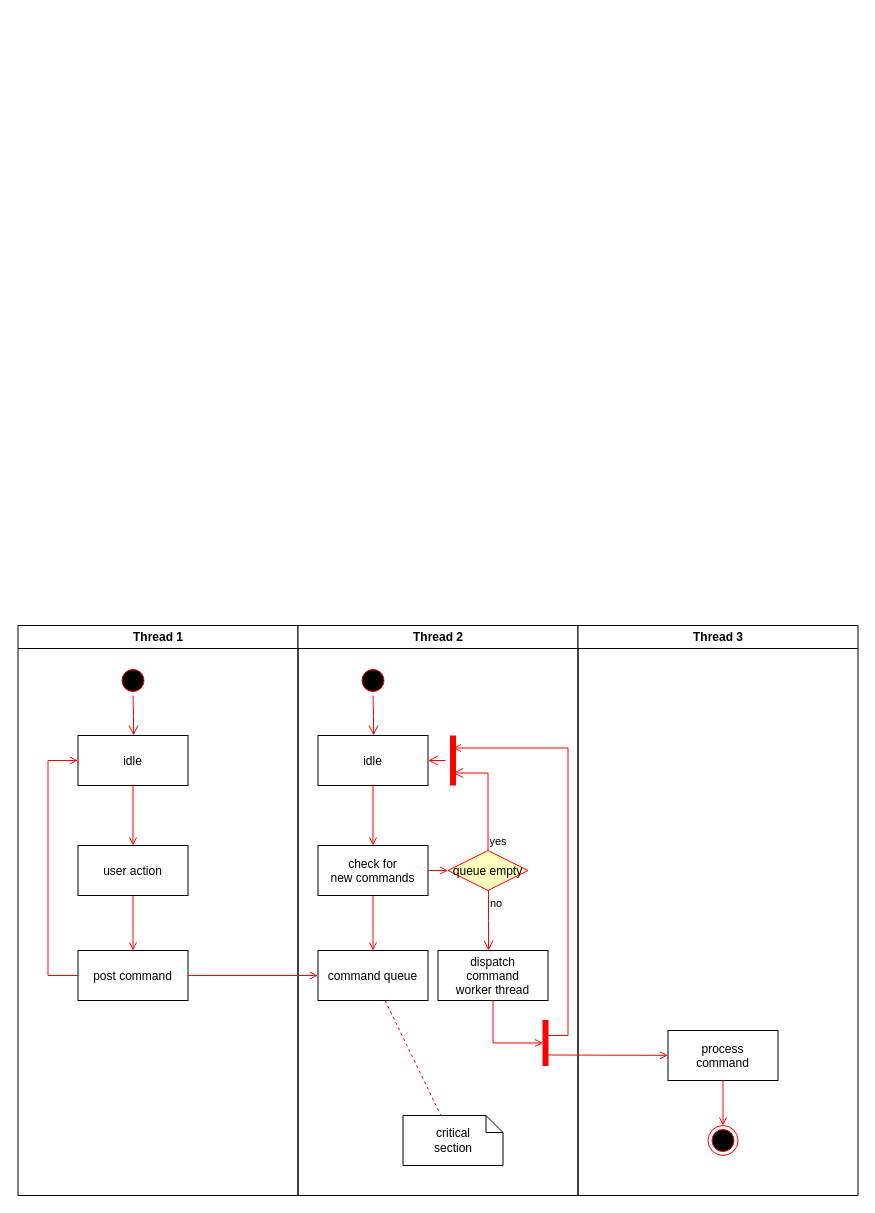
Before: img/schimatos-package-structure.drawio in jeswr/schimatos-project, a draw.io diagram. Source tidied: cells renumbered, new cells numbered last; positions are measured from the earlier drawing's top-left corner, leaving out a move shared by most shapes. Both pictures are drawn from the tidied source at 100%, with x=0, y=0 at pixel (17, 625).
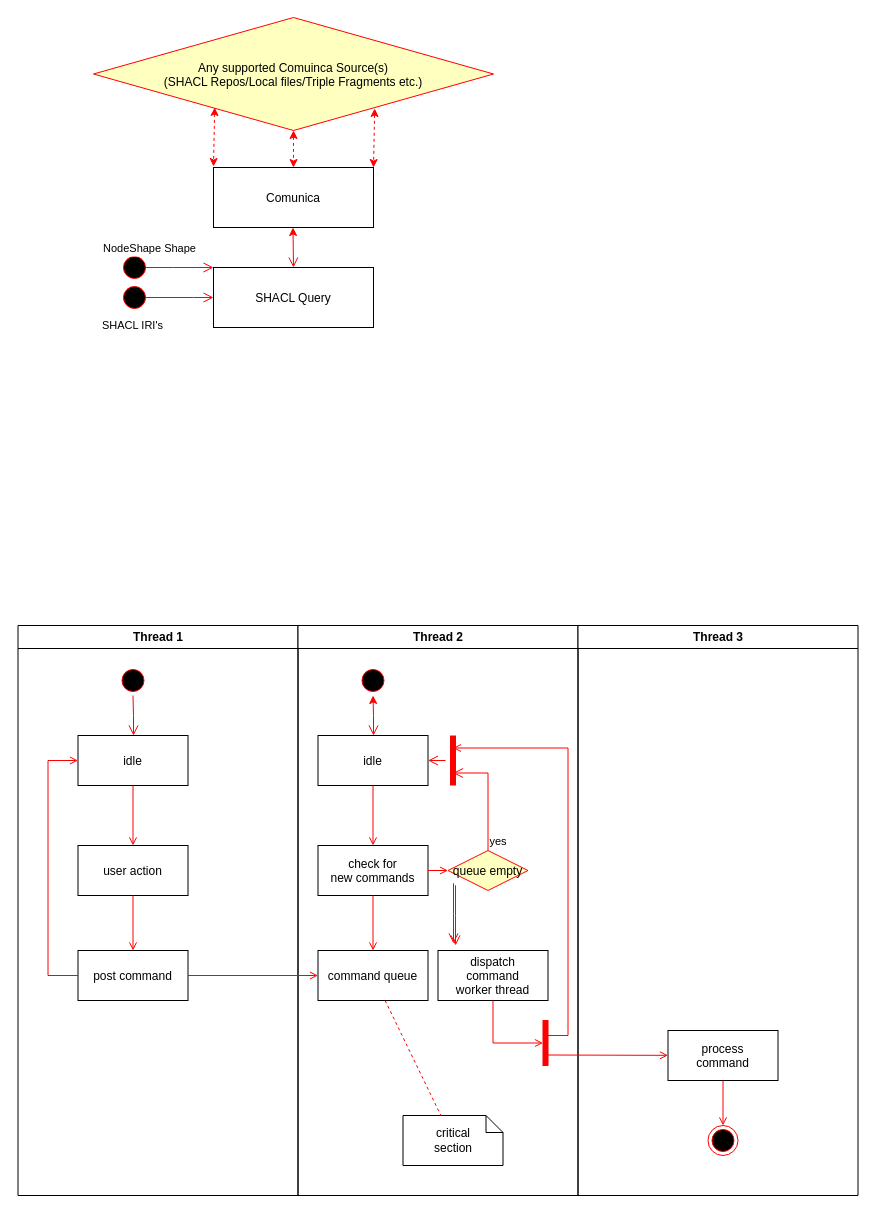
The same page after the edit.

Commit message (it also covers changes not shown here):
WIP: Architecture Diagram

The change refers to these unchanged cells:
```xml
<mxCell id="11" value="Thread 2" style="swimlane;whiteSpace=wrap;" parent="1" vertex="1">
  <mxGeometry x="280.5" width="280" height="570" as="geometry" />
</mxCell>
<mxCell id="12" style="ellipse;shape=startState;fillColor=#000000;strokeColor=#ff0000;" parent="11" vertex="1">
  <mxGeometry x="60" y="40" width="30" height="30" as="geometry" />
</mxCell>
<mxCell id="14" value="idle" parent="11" vertex="1">
  <mxGeometry x="20" y="110" width="110" height="50" as="geometry" />
</mxCell>
<mxCell id="19" value="queue empty" style="rhombus;fillColor=#ffffc0;strokeColor=#ff0000;" parent="11" vertex="1">
  <mxGeometry x="150" y="225" width="80" height="40" as="geometry" />
</mxCell>
<mxCell id="25" value="dispatch&#10;command&#10;worker thread" parent="11" vertex="1">
  <mxGeometry x="140" y="325" width="110" height="50" as="geometry" />
</mxCell>
```

The edit, as a diff of the source:
```diff
@@
-    <mxCell id="13" style="edgeStyle=elbowEdgeStyle;elbow=horizontal;verticalAlign=bottom;endArrow=open;endSize=8;strokeColor=#FF0000;endFill=1;rounded=0;" parent="11" edge="1" source="12" target="14">
+    <mxCell id="13" style="edgeStyle=elbowEdgeStyle;elbow=horizontal;verticalAlign=bottom;endArrow=open;endSize=8;strokeColor=#FF0000;endFill=1;rounded=0;startArrow=classic;startFill=1;" parent="11" edge="1" source="12" target="14">
       <mxGeometry x="40" y="20" as="geometry" />
     </mxCell>
@@
-    <mxCell id="21" value="no" style="edgeStyle=elbowEdgeStyle;elbow=horizontal;align=left;verticalAlign=top;endArrow=open;endSize=8;strokeColor=#FF0000;endFill=1;rounded=0;" parent="11" edge="1" source="19" target="25">
-      <mxGeometry x="-1" relative="1" as="geometry" />
+    <mxCell id="21" value="SHACL IRI's" style="edgeStyle=elbowEdgeStyle;elbow=horizontal;align=left;verticalAlign=top;endArrow=open;endSize=8;strokeColor=#FF0000;endFill=1;rounded=0;" parent="11" edge="1">
+      <mxGeometry x="-1" y="-674" relative="1" as="geometry">
+        <mxPoint x="157.5" y="259.8" as="sourcePoint" />
+        <mxPoint x="157.5" y="320" as="targetPoint" />
+        <mxPoint x="319" y="-573" as="offset" />
+      </mxGeometry>
     </mxCell>
@@
+    <mxCell id="37" value="SHACL Query" parent="1" vertex="1">
+      <mxGeometry x="196" y="-358" width="160" height="60" as="geometry" />
+    </mxCell>
+    <mxCell id="38" style="edgeStyle=elbowEdgeStyle;elbow=horizontal;verticalAlign=bottom;endArrow=open;endSize=8;strokeColor=#FF0000;endFill=1;rounded=0;entryX=0;entryY=0.5;entryDx=0;entryDy=0;" parent="1" edge="1" target="37">
+      <mxGeometry x="140.5" y="-378" as="geometry">
+        <mxPoint x="116" y="-328" as="sourcePoint" />
+        <Array as="points">
+          <mxPoint x="176" y="-328" />
+          <mxPoint x="166" y="-318" />
+        </Array>
+      </mxGeometry>
+    </mxCell>
+    <mxCell id="39" style="ellipse;shape=startState;fillColor=#000000;strokeColor=#ff0000;" parent="1" vertex="1">
+      <mxGeometry x="102" y="-343" width="30" height="30" as="geometry" />
+    </mxCell>
+    <mxCell id="40" value="Any supported Comuinca Source(s) &#10;(SHACL Repos/Local files/Triple Fragments etc.)" style="rhombus;fillColor=#ffffc0;strokeColor=#ff0000;" parent="1" vertex="1">
+      <mxGeometry x="76" y="-608" width="400" height="113" as="geometry" />
+    </mxCell>
+    <mxCell id="41" style="edgeStyle=elbowEdgeStyle;elbow=horizontal;verticalAlign=bottom;endArrow=open;endSize=8;strokeColor=#FF0000;endFill=1;rounded=0;entryX=0;entryY=0.5;entryDx=0;entryDy=0;" parent="1" edge="1">
+      <mxGeometry x="140.5" y="-408" as="geometry">
+        <mxPoint x="116" y="-358" as="sourcePoint" />
+        <mxPoint x="196" y="-358" as="targetPoint" />
+      </mxGeometry>
+    </mxCell>
+    <mxCell id="42" style="ellipse;shape=startState;fillColor=#000000;strokeColor=#ff0000;" parent="1" vertex="1">
+      <mxGeometry x="102" y="-373" width="30" height="30" as="geometry" />
+    </mxCell>
+    <mxCell id="43" value="NodeShape Shape" style="edgeStyle=elbowEdgeStyle;elbow=horizontal;align=left;verticalAlign=top;endArrow=open;endSize=8;strokeColor=#FF0000;endFill=1;rounded=0;" parent="1" edge="1">
+      <mxGeometry x="-1" y="-737" relative="1" as="geometry">
+        <mxPoint x="436" y="257.8" as="sourcePoint" />
+        <mxPoint x="436" y="318" as="targetPoint" />
+        <mxPoint x="385" y="-648" as="offset" />
+      </mxGeometry>
+    </mxCell>
+    <mxCell id="44" style="edgeStyle=elbowEdgeStyle;elbow=horizontal;verticalAlign=bottom;endArrow=open;endSize=8;strokeColor=#FF0000;endFill=1;rounded=0;startArrow=classic;startFill=1;" parent="1" edge="1">
+      <mxGeometry x="-40" y="-448" as="geometry">
+        <mxPoint x="275.5" y="-398" as="sourcePoint" />
+        <mxPoint x="276" y="-358" as="targetPoint" />
+        <Array as="points">
+          <mxPoint x="276" y="-538" />
+        </Array>
+      </mxGeometry>
+    </mxCell>
+    <mxCell id="45" value="Comunica" parent="1" vertex="1">
+      <mxGeometry x="196" y="-458" width="160" height="60" as="geometry" />
+    </mxCell>
+    <mxCell id="46" style="endArrow=classic;strokeColor=#FF0000;endFill=1;rounded=0;dashed=1;entryX=0.5;entryY=0;entryDx=0;entryDy=0;startArrow=classic;startFill=1;" parent="1" edge="1" source="40" target="45">
+      <mxGeometry relative="1" as="geometry" />
+    </mxCell>
+    <mxCell id="47" style="endArrow=classic;strokeColor=#FF0000;endFill=1;rounded=0;dashed=1;entryX=1;entryY=0;entryDx=0;entryDy=0;startArrow=classic;startFill=1;exitX=0.703;exitY=0.805;exitDx=0;exitDy=0;exitPerimeter=0;" parent="1" edge="1" source="40" target="45">
+      <mxGeometry relative="1" as="geometry" />
+    </mxCell>
+    <mxCell id="48" style="endArrow=classic;strokeColor=#FF0000;endFill=1;rounded=0;dashed=1;entryX=1;entryY=0;entryDx=0;entryDy=0;startArrow=classic;startFill=1;exitX=0.703;exitY=0.805;exitDx=0;exitDy=0;exitPerimeter=0;" parent="1" edge="1">
+      <mxGeometry relative="1" as="geometry">
+        <mxPoint x="197.2" y="-518" as="sourcePoint" />
+        <mxPoint x="196" y="-459" as="targetPoint" />
+      </mxGeometry>
+    </mxCell>
```
